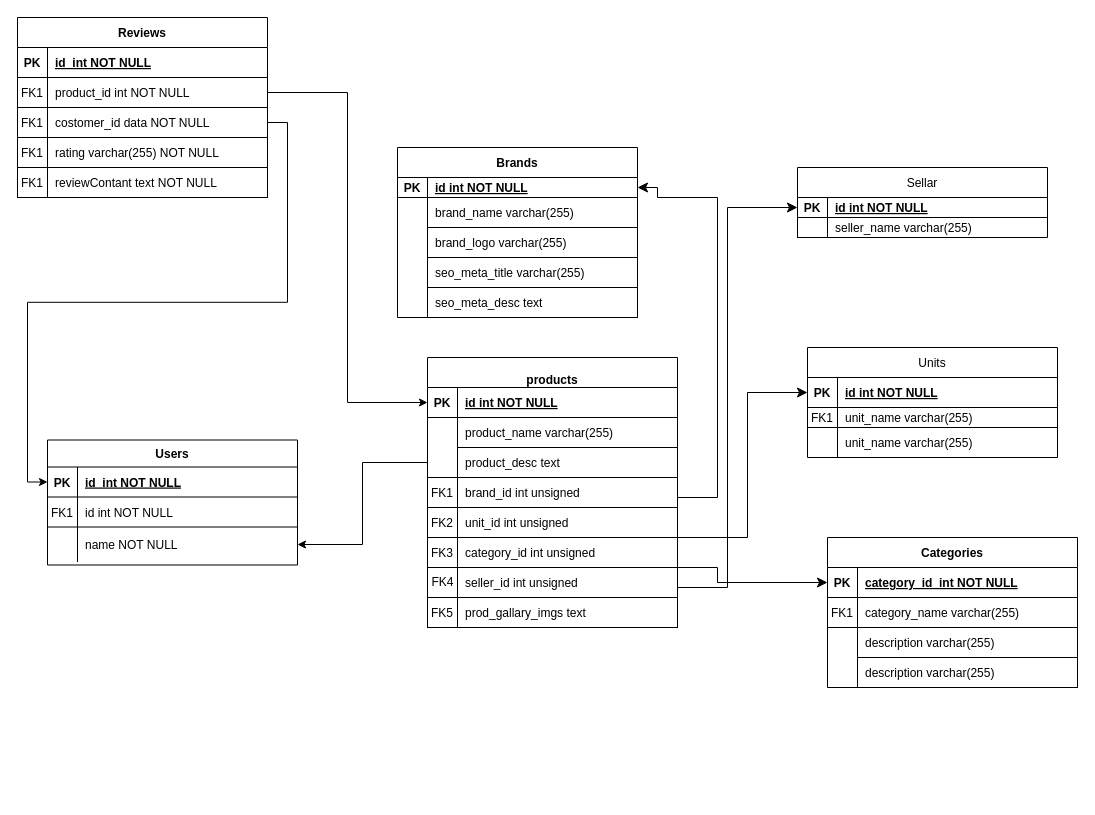
The draw.io diagram database/migrations/titled Diagram.drawio in Rajvirsingh617/ELECTRO, before the edit. Source tidied: cells renumbered, new cells numbered last; positions are measured from the earlier drawing's top-left corner, leaving out a move shared by most shapes. Both pictures are drawn from the tidied source at 100%, with x=0, y=0 at pixel (17, 17).
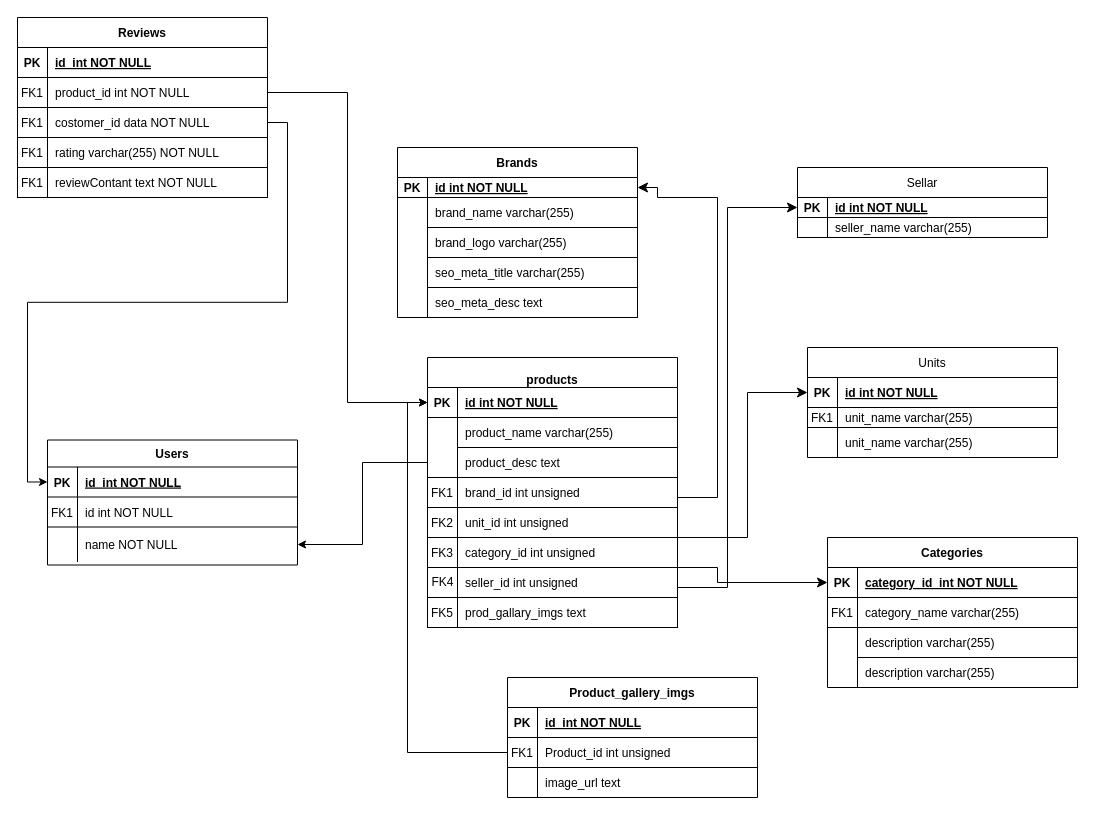
Above is the later version.

The change refers to these unchanged cells:
```xml
<mxCell id="78" style="shape=partialRectangle;fillColor=none;points=[[0,0.5],[1,0.5]];portConstraint=eastwest;top=0;left=0;right=0;bottom=1;" parent="77" vertex="1">
  <mxGeometry y="30" width="250" height="30" as="geometry" />
</mxCell>
```

Diff of the diagram source:
```diff
@@
+    <mxCell id="97" style="group;" parent="1" vertex="1">
+      <mxGeometry x="490" y="660" width="250" height="120" as="geometry" />
+    </mxCell>
+    <mxCell id="98" value="Product_gallery_imgs" style="shape=table;startSize=30;childLayout=tableLayout;rowLines=0;fontStyle=1;align=center;" parent="97" vertex="1">
+      <mxGeometry width="250" height="120" as="geometry" />
+    </mxCell>
+    <mxCell id="99" style="shape=partialRectangle;fillColor=none;top=0;left=0;right=0;bottom=1;" parent="98" vertex="1">
+      <mxGeometry y="30" width="250" height="30" as="geometry" />
+    </mxCell>
+    <mxCell id="100" value="PK" style="shape=partialRectangle;overflow=hidden;fillColor=none;top=0;left=0;bottom=0;right=0;fontStyle=1;" parent="99" vertex="1">
+      <mxGeometry width="30" height="30" as="geometry" />
+    </mxCell>
+    <mxCell id="101" value="id  int NOT NULL " style="shape=partialRectangle;overflow=hidden;fillColor=none;top=0;left=0;bottom=0;right=0;align=left;spacingLeft=6;fontStyle=5;" parent="99" vertex="1">
+      <mxGeometry x="30" width="220" height="30" as="geometry" />
+    </mxCell>
+    <mxCell id="102" style="shape=partialRectangle;fillColor=none;points=[[0,0.5],[1,0.5]];portConstraint=eastwest;top=0;left=0;right=0;bottom=0;" parent="98" vertex="1">
+      <mxGeometry y="60" width="250" height="30" as="geometry" />
+    </mxCell>
+    <mxCell id="103" value="FK1" style="shape=partialRectangle;overflow=hidden;fillColor=none;top=0;left=0;bottom=1;right=0;" parent="102" vertex="1">
+      <mxGeometry width="30" height="30" as="geometry" />
+    </mxCell>
+    <mxCell id="104" value="Product_id int unsigned" style="shape=partialRectangle;overflow=hidden;fillColor=none;top=0;left=0;bottom=0;right=0;align=left;spacingLeft=6;" parent="102" vertex="1">
+      <mxGeometry x="30" width="220" height="30" as="geometry" />
+    </mxCell>
+    <mxCell id="105" style="shape=partialRectangle;fillColor=none;top=0;left=0;right=0;bottom=0;" parent="98" vertex="1">
+      <mxGeometry y="90" width="250" height="30" as="geometry" />
+    </mxCell>
+    <mxCell id="106" style="shape=partialRectangle;overflow=hidden;fillColor=none;top=0;left=0;bottom=0;right=0;" parent="105" vertex="1">
+      <mxGeometry width="30" height="30" as="geometry" />
+    </mxCell>
+    <mxCell id="107" value="image_url text" style="shape=partialRectangle;overflow=hidden;fillColor=none;top=1;left=0;bottom=0;right=0;align=left;spacingLeft=6;" parent="105" vertex="1">
+      <mxGeometry x="30" width="220" height="30" as="geometry" />
+    </mxCell>
+    <mxCell id="108" style="edgeStyle=orthogonalEdgeStyle;rounded=0;jettySize=auto;html=1;exitX=0;exitY=0.5;exitDx=0;exitDy=0;entryX=0;entryY=0.5;entryDx=0;entryDy=0;" parent="1" edge="1" source="102" target="78">
+      <mxGeometry relative="1" as="geometry" />
+    </mxCell>
```
